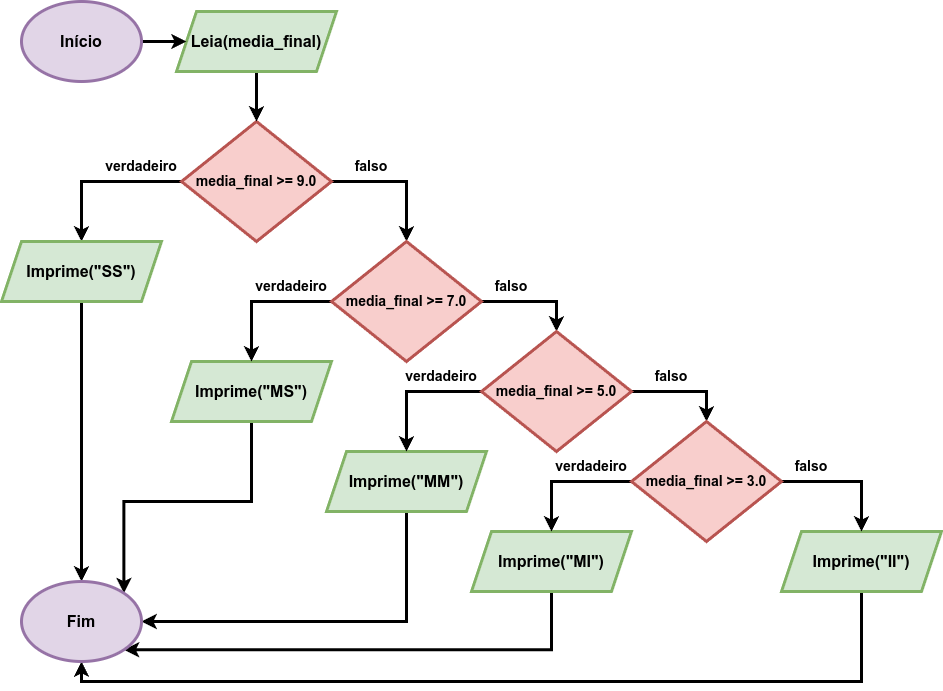
This is condicionais/nested_ifelse2.png from viniciusrpb/cic0004_apc_engcomp, a draw.io export, as it was before one commit. Source tidied: cells renumbered, new cells last; positions are measured from the earlier drawing's top-left corner, leaving out a move shared by most shapes. Its diagram source:
```xml
<mxGraphModel>
  <root>
    <mxCell id="0" />
    <mxCell id="1" parent="0" />
    <mxCell id="2" style="edgeStyle=orthogonalEdgeStyle;rounded=0;jettySize=auto;html=1;exitX=1;exitY=0.5;exitDx=0;exitDy=0;entryX=0.5;entryY=0;entryDx=0;entryDy=0;strokeWidth=3;" parent="1" edge="1" source="4" target="30">
      <mxGeometry relative="1" as="geometry" />
    </mxCell>
    <mxCell id="3" style="edgeStyle=orthogonalEdgeStyle;rounded=0;jettySize=auto;html=1;exitX=0;exitY=0.5;exitDx=0;exitDy=0;entryX=0.5;entryY=0;entryDx=0;entryDy=0;strokeWidth=3;" parent="1" edge="1" source="4" target="6">
      <mxGeometry relative="1" as="geometry" />
    </mxCell>
    <mxCell id="4" value="&lt;div style=&quot;font-size: 14px;&quot;&gt;media_final &amp;gt;= 9.0&lt;/div&gt;" style="rhombus;whiteSpace=wrap;html=1;fontStyle=1;fontSize=14;strokeWidth=3;fillColor=#f8cecc;strokeColor=#b85450;" parent="1" vertex="1">
      <mxGeometry x="180" y="120" width="150" height="120" as="geometry" />
    </mxCell>
    <mxCell id="5" style="edgeStyle=orthogonalEdgeStyle;rounded=0;jettySize=auto;html=1;exitX=0.5;exitY=1;exitDx=0;exitDy=0;strokeWidth=3;" parent="1" edge="1" source="6" target="19">
      <mxGeometry relative="1" as="geometry" />
    </mxCell>
    <mxCell id="6" value="Imprime(&quot;SS&quot;)" style="shape=parallelogram;perimeter=parallelogramPerimeter;whiteSpace=wrap;html=1;fixedSize=1;fontSize=16;fontStyle=1;strokeWidth=3;fillColor=#d5e8d4;strokeColor=#82b366;" parent="1" vertex="1">
      <mxGeometry y="240" width="160" height="60" as="geometry" />
    </mxCell>
    <mxCell id="7" style="edgeStyle=orthogonalEdgeStyle;rounded=0;jettySize=auto;html=1;exitX=0.5;exitY=1;exitDx=0;exitDy=0;entryX=1;entryY=0;entryDx=0;entryDy=0;strokeWidth=3;" parent="1" edge="1" source="8" target="19">
      <mxGeometry relative="1" as="geometry" />
    </mxCell>
    <mxCell id="8" value="Imprime(&quot;MS&lt;span style=&quot;background-color: initial;&quot;&gt;&quot;)&lt;/span&gt;" style="shape=parallelogram;perimeter=parallelogramPerimeter;whiteSpace=wrap;html=1;fixedSize=1;fontSize=16;fontStyle=1;strokeWidth=3;fillColor=#d5e8d4;strokeColor=#82b366;" parent="1" vertex="1">
      <mxGeometry x="170" y="360" width="160" height="60" as="geometry" />
    </mxCell>
    <mxCell id="9" style="edgeStyle=orthogonalEdgeStyle;rounded=0;jettySize=auto;html=1;exitX=0.5;exitY=1;exitDx=0;exitDy=0;entryX=1;entryY=0.5;entryDx=0;entryDy=0;strokeWidth=3;" parent="1" edge="1" source="10" target="19">
      <mxGeometry relative="1" as="geometry" />
    </mxCell>
    <mxCell id="10" value="Imprime(&quot;MM&quot;)" style="shape=parallelogram;perimeter=parallelogramPerimeter;whiteSpace=wrap;html=1;fixedSize=1;fontSize=16;fontStyle=1;strokeWidth=3;fillColor=#d5e8d4;strokeColor=#82b366;" parent="1" vertex="1">
      <mxGeometry x="325" y="450" width="160" height="60" as="geometry" />
    </mxCell>
    <mxCell id="11" style="edgeStyle=orthogonalEdgeStyle;rounded=0;jettySize=auto;html=1;exitX=0.5;exitY=1;exitDx=0;exitDy=0;entryX=1;entryY=1;entryDx=0;entryDy=0;strokeWidth=3;" parent="1" edge="1" source="12" target="19">
      <mxGeometry relative="1" as="geometry" />
    </mxCell>
    <mxCell id="12" value="Imprime(&quot;MI&quot;)" style="shape=parallelogram;perimeter=parallelogramPerimeter;whiteSpace=wrap;html=1;fixedSize=1;fontSize=16;fontStyle=1;strokeWidth=3;fillColor=#d5e8d4;strokeColor=#82b366;" parent="1" vertex="1">
      <mxGeometry x="470" y="530" width="160" height="60" as="geometry" />
    </mxCell>
    <mxCell id="13" style="edgeStyle=orthogonalEdgeStyle;rounded=0;jettySize=auto;html=1;exitX=0.5;exitY=1;exitDx=0;exitDy=0;entryX=0.5;entryY=1;entryDx=0;entryDy=0;strokeWidth=3;" parent="1" edge="1" source="14" target="19">
      <mxGeometry relative="1" as="geometry" />
    </mxCell>
    <mxCell id="14" value="Imprime(&quot;II&quot;)" style="shape=parallelogram;perimeter=parallelogramPerimeter;whiteSpace=wrap;html=1;fixedSize=1;fontSize=16;fontStyle=1;strokeWidth=3;fillColor=#d5e8d4;strokeColor=#82b366;" parent="1" vertex="1">
      <mxGeometry x="780" y="530" width="160" height="60" as="geometry" />
    </mxCell>
    <mxCell id="15" style="edgeStyle=orthogonalEdgeStyle;rounded=0;jettySize=auto;html=1;strokeWidth=3;exitX=0.5;exitY=1;exitDx=0;exitDy=0;" parent="1" edge="1" source="16" target="4">
      <mxGeometry relative="1" as="geometry" />
    </mxCell>
    <mxCell id="16" value="Leia(media_final)" style="shape=parallelogram;perimeter=parallelogramPerimeter;whiteSpace=wrap;html=1;fixedSize=1;fontSize=16;fontStyle=1;strokeWidth=3;fillColor=#d5e8d4;strokeColor=#82b366;" parent="1" vertex="1">
      <mxGeometry x="175" y="10" width="160" height="60" as="geometry" />
    </mxCell>
    <mxCell id="17" style="edgeStyle=orthogonalEdgeStyle;rounded=0;jettySize=auto;html=1;entryX=0;entryY=0.5;entryDx=0;entryDy=0;strokeWidth=3;" parent="1" edge="1" source="18" target="16">
      <mxGeometry relative="1" as="geometry" />
    </mxCell>
    <mxCell id="18" value="Início" style="ellipse;whiteSpace=wrap;html=1;fontSize=16;fillColor=#e1d5e7;strokeColor=#9673a6;strokeWidth=3;fontStyle=1;" parent="1" vertex="1">
      <mxGeometry x="20" width="120" height="80" as="geometry" />
    </mxCell>
    <mxCell id="19" value="Fim" style="ellipse;whiteSpace=wrap;html=1;fontSize=16;fillColor=#e1d5e7;strokeColor=#9673a6;strokeWidth=3;fontStyle=1;" parent="1" vertex="1">
      <mxGeometry x="20" y="580" width="120" height="80" as="geometry" />
    </mxCell>
    <mxCell id="20" value="falso" style="text;html=1;align=center;verticalAlign=middle;whiteSpace=wrap;rounded=0;fontSize=14;fontStyle=1;" parent="1" vertex="1">
      <mxGeometry x="340" y="150" width="60" height="30" as="geometry" />
    </mxCell>
    <mxCell id="21" value="falso" style="text;html=1;align=center;verticalAlign=middle;whiteSpace=wrap;rounded=0;fontSize=14;fontStyle=1;" parent="1" vertex="1">
      <mxGeometry x="480" y="270" width="60" height="30" as="geometry" />
    </mxCell>
    <mxCell id="22" value="falso" style="text;html=1;align=center;verticalAlign=middle;whiteSpace=wrap;rounded=0;fontSize=14;fontStyle=1;" parent="1" vertex="1">
      <mxGeometry x="640" y="360" width="60" height="30" as="geometry" />
    </mxCell>
    <mxCell id="23" value="falso" style="text;html=1;align=center;verticalAlign=middle;whiteSpace=wrap;rounded=0;fontSize=14;fontStyle=1;" parent="1" vertex="1">
      <mxGeometry x="780" y="450" width="60" height="30" as="geometry" />
    </mxCell>
    <mxCell id="24" value="verdadeiro" style="text;html=1;align=center;verticalAlign=middle;whiteSpace=wrap;rounded=0;fontSize=14;fontStyle=1;" parent="1" vertex="1">
      <mxGeometry x="110" y="150" width="60" height="30" as="geometry" />
    </mxCell>
    <mxCell id="25" value="verdadeiro" style="text;html=1;align=center;verticalAlign=middle;whiteSpace=wrap;rounded=0;fontSize=14;fontStyle=1;" parent="1" vertex="1">
      <mxGeometry x="260" y="270" width="60" height="30" as="geometry" />
    </mxCell>
    <mxCell id="26" value="verdadeiro" style="text;html=1;align=center;verticalAlign=middle;whiteSpace=wrap;rounded=0;fontSize=14;fontStyle=1;" parent="1" vertex="1">
      <mxGeometry x="410" y="360" width="60" height="30" as="geometry" />
    </mxCell>
    <mxCell id="27" value="verdadeiro" style="text;html=1;align=center;verticalAlign=middle;whiteSpace=wrap;rounded=0;fontSize=14;fontStyle=1;" parent="1" vertex="1">
      <mxGeometry x="560" y="450" width="60" height="30" as="geometry" />
    </mxCell>
    <mxCell id="28" style="edgeStyle=orthogonalEdgeStyle;rounded=0;jettySize=auto;html=1;exitX=0;exitY=0.5;exitDx=0;exitDy=0;entryX=0.5;entryY=0;entryDx=0;entryDy=0;strokeWidth=3;" parent="1" edge="1" source="30" target="8">
      <mxGeometry relative="1" as="geometry" />
    </mxCell>
    <mxCell id="29" style="edgeStyle=orthogonalEdgeStyle;rounded=0;jettySize=auto;html=1;exitX=1;exitY=0.5;exitDx=0;exitDy=0;entryX=0.5;entryY=0;entryDx=0;entryDy=0;strokeWidth=3;" parent="1" edge="1" source="30" target="33">
      <mxGeometry relative="1" as="geometry" />
    </mxCell>
    <mxCell id="30" value="&lt;div style=&quot;font-size: 14px;&quot;&gt;media_final &amp;gt;= 7.0&lt;/div&gt;" style="rhombus;whiteSpace=wrap;html=1;fontStyle=1;fontSize=14;strokeWidth=3;fillColor=#f8cecc;strokeColor=#b85450;" parent="1" vertex="1">
      <mxGeometry x="330" y="240" width="150" height="120" as="geometry" />
    </mxCell>
    <mxCell id="31" style="edgeStyle=orthogonalEdgeStyle;rounded=0;jettySize=auto;html=1;exitX=0;exitY=0.5;exitDx=0;exitDy=0;strokeWidth=3;" parent="1" edge="1" source="33" target="10">
      <mxGeometry relative="1" as="geometry" />
    </mxCell>
    <mxCell id="32" style="edgeStyle=orthogonalEdgeStyle;rounded=0;jettySize=auto;html=1;exitX=1;exitY=0.5;exitDx=0;exitDy=0;entryX=0.5;entryY=0;entryDx=0;entryDy=0;strokeWidth=3;" parent="1" edge="1" source="33" target="36">
      <mxGeometry relative="1" as="geometry" />
    </mxCell>
    <mxCell id="33" value="&lt;div style=&quot;font-size: 14px;&quot;&gt;media_final &amp;gt;= 5.0&lt;/div&gt;" style="rhombus;whiteSpace=wrap;html=1;fontStyle=1;fontSize=14;strokeWidth=3;fillColor=#f8cecc;strokeColor=#b85450;" parent="1" vertex="1">
      <mxGeometry x="480" y="330" width="150" height="120" as="geometry" />
    </mxCell>
    <mxCell id="34" style="edgeStyle=orthogonalEdgeStyle;rounded=0;jettySize=auto;html=1;exitX=0;exitY=0.5;exitDx=0;exitDy=0;entryX=0.5;entryY=0;entryDx=0;entryDy=0;strokeWidth=3;" parent="1" edge="1" source="36" target="12">
      <mxGeometry relative="1" as="geometry" />
    </mxCell>
    <mxCell id="35" style="edgeStyle=orthogonalEdgeStyle;rounded=0;jettySize=auto;html=1;exitX=1;exitY=0.5;exitDx=0;exitDy=0;strokeWidth=3;" parent="1" edge="1" source="36" target="14">
      <mxGeometry relative="1" as="geometry" />
    </mxCell>
    <mxCell id="36" value="&lt;div style=&quot;font-size: 14px;&quot;&gt;media_final &amp;gt;= 3.0&lt;/div&gt;" style="rhombus;whiteSpace=wrap;html=1;fontStyle=1;fontSize=14;strokeWidth=3;fillColor=#f8cecc;strokeColor=#b85450;" parent="1" vertex="1">
      <mxGeometry x="630" y="420" width="150" height="120" as="geometry" />
    </mxCell>
  </root>
</mxGraphModel>
```
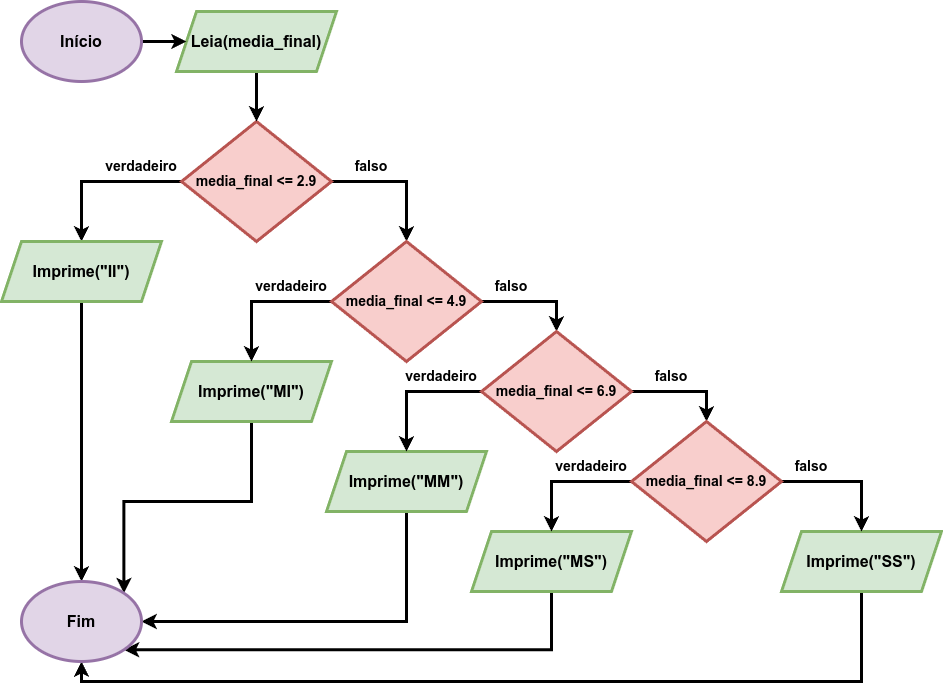
Later version of the same file.

What changed in the source:
```diff
@@ -8,19 +8,19 @@
     <mxCell id="3" style="edgeStyle=orthogonalEdgeStyle;rounded=0;jettySize=auto;html=1;exitX=0;exitY=0.5;exitDx=0;exitDy=0;entryX=0.5;entryY=0;entryDx=0;entryDy=0;strokeWidth=3;" parent="1" edge="1" source="4" target="6">
       <mxGeometry relative="1" as="geometry" />
     </mxCell>
-    <mxCell id="4" value="&lt;div style=&quot;font-size: 14px;&quot;&gt;media_final &amp;gt;= 9.0&lt;/div&gt;" style="rhombus;whiteSpace=wrap;html=1;fontStyle=1;fontSize=14;strokeWidth=3;fillColor=#f8cecc;strokeColor=#b85450;" parent="1" vertex="1">
+    <mxCell id="4" value="&lt;div style=&quot;font-size: 14px;&quot;&gt;media_final &amp;lt;= 2.9&lt;/div&gt;" style="rhombus;whiteSpace=wrap;html=1;fontStyle=1;fontSize=14;strokeWidth=3;fillColor=#f8cecc;strokeColor=#b85450;" parent="1" vertex="1">
       <mxGeometry x="180" y="120" width="150" height="120" as="geometry" />
     </mxCell>
     <mxCell id="5" style="edgeStyle=orthogonalEdgeStyle;rounded=0;jettySize=auto;html=1;exitX=0.5;exitY=1;exitDx=0;exitDy=0;strokeWidth=3;" parent="1" edge="1" source="6" target="19">
       <mxGeometry relative="1" as="geometry" />
     </mxCell>
-    <mxCell id="6" value="Imprime(&quot;SS&quot;)" style="shape=parallelogram;perimeter=parallelogramPerimeter;whiteSpace=wrap;html=1;fixedSize=1;fontSize=16;fontStyle=1;strokeWidth=3;fillColor=#d5e8d4;strokeColor=#82b366;" parent="1" vertex="1">
+    <mxCell id="6" value="Imprime(&quot;II&quot;)" style="shape=parallelogram;perimeter=parallelogramPerimeter;whiteSpace=wrap;html=1;fixedSize=1;fontSize=16;fontStyle=1;strokeWidth=3;fillColor=#d5e8d4;strokeColor=#82b366;" parent="1" vertex="1">
       <mxGeometry y="240" width="160" height="60" as="geometry" />
     </mxCell>
     <mxCell id="7" style="edgeStyle=orthogonalEdgeStyle;rounded=0;jettySize=auto;html=1;exitX=0.5;exitY=1;exitDx=0;exitDy=0;entryX=1;entryY=0;entryDx=0;entryDy=0;strokeWidth=3;" parent="1" edge="1" source="8" target="19">
       <mxGeometry relative="1" as="geometry" />
     </mxCell>
-    <mxCell id="8" value="Imprime(&quot;MS&lt;span style=&quot;background-color: initial;&quot;&gt;&quot;)&lt;/span&gt;" style="shape=parallelogram;perimeter=parallelogramPerimeter;whiteSpace=wrap;html=1;fixedSize=1;fontSize=16;fontStyle=1;strokeWidth=3;fillColor=#d5e8d4;strokeColor=#82b366;" parent="1" vertex="1">
+    <mxCell id="8" value="Imprime(&quot;MI&lt;span style=&quot;background-color: initial;&quot;&gt;&quot;)&lt;/span&gt;" style="shape=parallelogram;perimeter=parallelogramPerimeter;whiteSpace=wrap;html=1;fixedSize=1;fontSize=16;fontStyle=1;strokeWidth=3;fillColor=#d5e8d4;strokeColor=#82b366;" parent="1" vertex="1">
       <mxGeometry x="170" y="360" width="160" height="60" as="geometry" />
     </mxCell>
     <mxCell id="9" style="edgeStyle=orthogonalEdgeStyle;rounded=0;jettySize=auto;html=1;exitX=0.5;exitY=1;exitDx=0;exitDy=0;entryX=1;entryY=0.5;entryDx=0;entryDy=0;strokeWidth=3;" parent="1" edge="1" source="10" target="19">
@@ -32,13 +32,13 @@
     <mxCell id="11" style="edgeStyle=orthogonalEdgeStyle;rounded=0;jettySize=auto;html=1;exitX=0.5;exitY=1;exitDx=0;exitDy=0;entryX=1;entryY=1;entryDx=0;entryDy=0;strokeWidth=3;" parent="1" edge="1" source="12" target="19">
       <mxGeometry relative="1" as="geometry" />
     </mxCell>
-    <mxCell id="12" value="Imprime(&quot;MI&quot;)" style="shape=parallelogram;perimeter=parallelogramPerimeter;whiteSpace=wrap;html=1;fixedSize=1;fontSize=16;fontStyle=1;strokeWidth=3;fillColor=#d5e8d4;strokeColor=#82b366;" parent="1" vertex="1">
+    <mxCell id="12" value="Imprime(&quot;MS&quot;)" style="shape=parallelogram;perimeter=parallelogramPerimeter;whiteSpace=wrap;html=1;fixedSize=1;fontSize=16;fontStyle=1;strokeWidth=3;fillColor=#d5e8d4;strokeColor=#82b366;" parent="1" vertex="1">
       <mxGeometry x="470" y="530" width="160" height="60" as="geometry" />
     </mxCell>
     <mxCell id="13" style="edgeStyle=orthogonalEdgeStyle;rounded=0;jettySize=auto;html=1;exitX=0.5;exitY=1;exitDx=0;exitDy=0;entryX=0.5;entryY=1;entryDx=0;entryDy=0;strokeWidth=3;" parent="1" edge="1" source="14" target="19">
       <mxGeometry relative="1" as="geometry" />
     </mxCell>
-    <mxCell id="14" value="Imprime(&quot;II&quot;)" style="shape=parallelogram;perimeter=parallelogramPerimeter;whiteSpace=wrap;html=1;fixedSize=1;fontSize=16;fontStyle=1;strokeWidth=3;fillColor=#d5e8d4;strokeColor=#82b366;" parent="1" vertex="1">
+    <mxCell id="14" value="Imprime(&quot;SS&quot;)" style="shape=parallelogram;perimeter=parallelogramPerimeter;whiteSpace=wrap;html=1;fixedSize=1;fontSize=16;fontStyle=1;strokeWidth=3;fillColor=#d5e8d4;strokeColor=#82b366;" parent="1" vertex="1">
       <mxGeometry x="780" y="530" width="160" height="60" as="geometry" />
     </mxCell>
     <mxCell id="15" style="edgeStyle=orthogonalEdgeStyle;rounded=0;jettySize=auto;html=1;strokeWidth=3;exitX=0.5;exitY=1;exitDx=0;exitDy=0;" parent="1" edge="1" source="16" target="4">
@@ -86,7 +86,7 @@
     <mxCell id="29" style="edgeStyle=orthogonalEdgeStyle;rounded=0;jettySize=auto;html=1;exitX=1;exitY=0.5;exitDx=0;exitDy=0;entryX=0.5;entryY=0;entryDx=0;entryDy=0;strokeWidth=3;" parent="1" edge="1" source="30" target="33">
       <mxGeometry relative="1" as="geometry" />
     </mxCell>
-    <mxCell id="30" value="&lt;div style=&quot;font-size: 14px;&quot;&gt;media_final &amp;gt;= 7.0&lt;/div&gt;" style="rhombus;whiteSpace=wrap;html=1;fontStyle=1;fontSize=14;strokeWidth=3;fillColor=#f8cecc;strokeColor=#b85450;" parent="1" vertex="1">
+    <mxCell id="30" value="&lt;div style=&quot;font-size: 14px;&quot;&gt;media_final &amp;lt;= 4.9&lt;/div&gt;" style="rhombus;whiteSpace=wrap;html=1;fontStyle=1;fontSize=14;strokeWidth=3;fillColor=#f8cecc;strokeColor=#b85450;" parent="1" vertex="1">
       <mxGeometry x="330" y="240" width="150" height="120" as="geometry" />
     </mxCell>
     <mxCell id="31" style="edgeStyle=orthogonalEdgeStyle;rounded=0;jettySize=auto;html=1;exitX=0;exitY=0.5;exitDx=0;exitDy=0;strokeWidth=3;" parent="1" edge="1" source="33" target="10">
@@ -95,7 +95,7 @@
     <mxCell id="32" style="edgeStyle=orthogonalEdgeStyle;rounded=0;jettySize=auto;html=1;exitX=1;exitY=0.5;exitDx=0;exitDy=0;entryX=0.5;entryY=0;entryDx=0;entryDy=0;strokeWidth=3;" parent="1" edge="1" source="33" target="36">
       <mxGeometry relative="1" as="geometry" />
     </mxCell>
-    <mxCell id="33" value="&lt;div style=&quot;font-size: 14px;&quot;&gt;media_final &amp;gt;= 5.0&lt;/div&gt;" style="rhombus;whiteSpace=wrap;html=1;fontStyle=1;fontSize=14;strokeWidth=3;fillColor=#f8cecc;strokeColor=#b85450;" parent="1" vertex="1">
+    <mxCell id="33" value="&lt;div style=&quot;font-size: 14px;&quot;&gt;media_final &amp;lt;= 6.9&lt;/div&gt;" style="rhombus;whiteSpace=wrap;html=1;fontStyle=1;fontSize=14;strokeWidth=3;fillColor=#f8cecc;strokeColor=#b85450;" parent="1" vertex="1">
       <mxGeometry x="480" y="330" width="150" height="120" as="geometry" />
     </mxCell>
     <mxCell id="34" style="edgeStyle=orthogonalEdgeStyle;rounded=0;jettySize=auto;html=1;exitX=0;exitY=0.5;exitDx=0;exitDy=0;entryX=0.5;entryY=0;entryDx=0;entryDy=0;strokeWidth=3;" parent="1" edge="1" source="36" target="12">
@@ -104,7 +104,7 @@
     <mxCell id="35" style="edgeStyle=orthogonalEdgeStyle;rounded=0;jettySize=auto;html=1;exitX=1;exitY=0.5;exitDx=0;exitDy=0;strokeWidth=3;" parent="1" edge="1" source="36" target="14">
       <mxGeometry relative="1" as="geometry" />
     </mxCell>
-    <mxCell id="36" value="&lt;div style=&quot;font-size: 14px;&quot;&gt;media_final &amp;gt;= 3.0&lt;/div&gt;" style="rhombus;whiteSpace=wrap;html=1;fontStyle=1;fontSize=14;strokeWidth=3;fillColor=#f8cecc;strokeColor=#b85450;" parent="1" vertex="1">
+    <mxCell id="36" value="&lt;div style=&quot;font-size: 14px;&quot;&gt;media_final &amp;lt;= 8.9&lt;/div&gt;" style="rhombus;whiteSpace=wrap;html=1;fontStyle=1;fontSize=14;strokeWidth=3;fillColor=#f8cecc;strokeColor=#b85450;" parent="1" vertex="1">
       <mxGeometry x="630" y="420" width="150" height="120" as="geometry" />
     </mxCell>
   </root>
```
